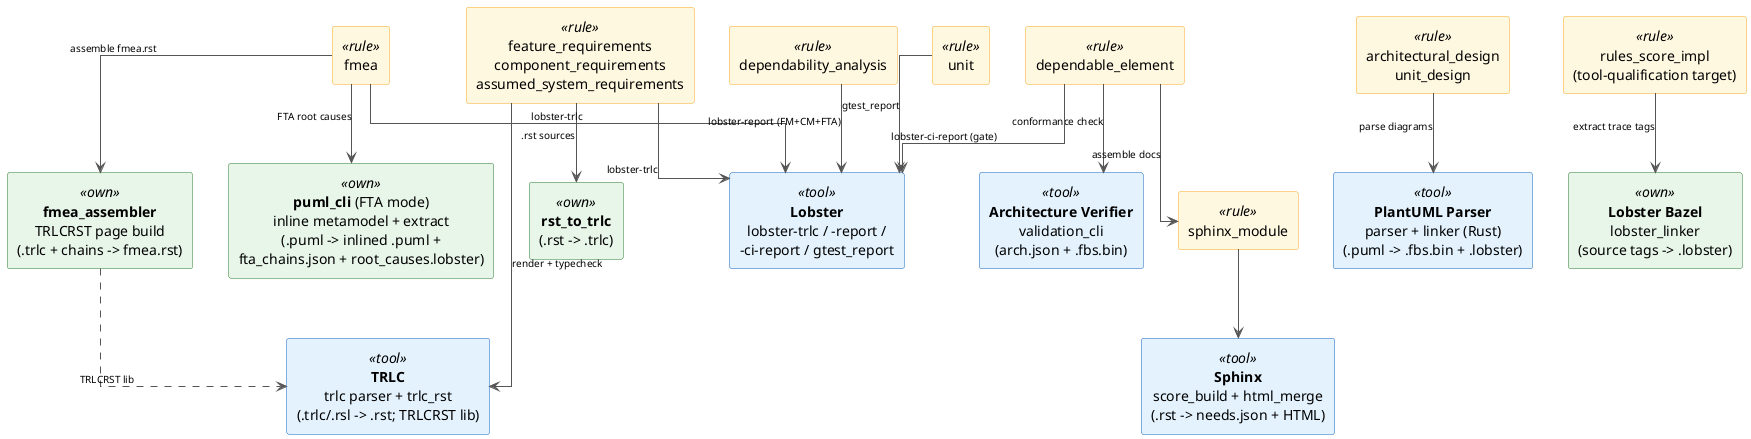
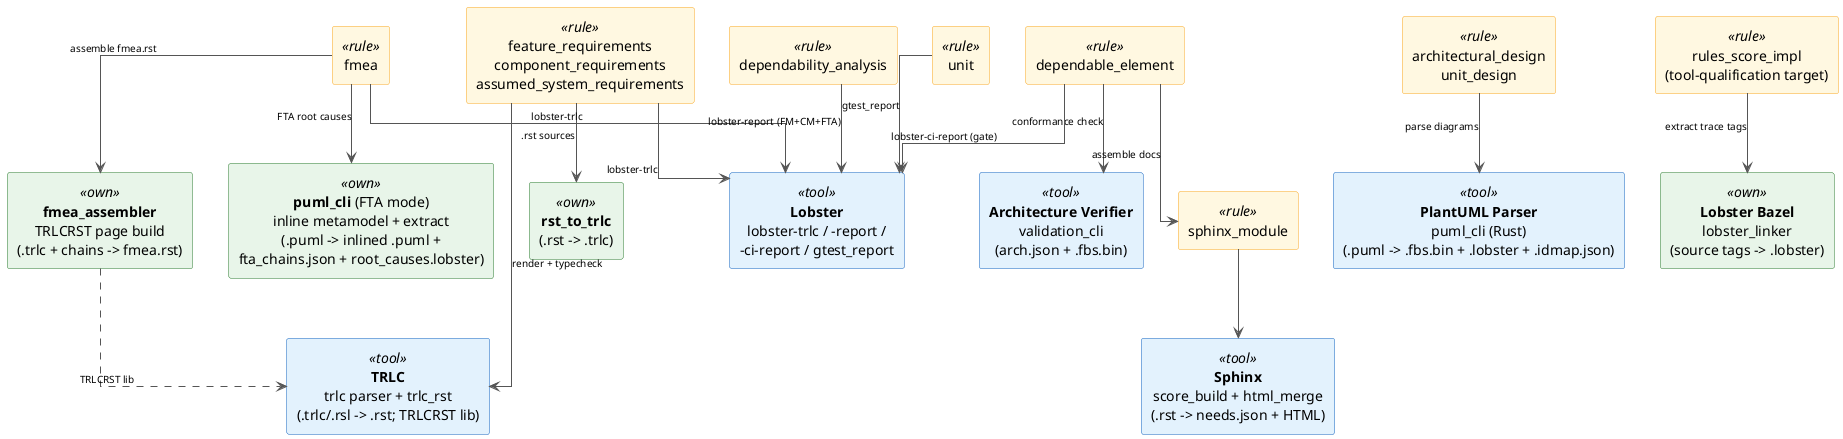
' *******************************************************************************
' Copyright (c) 2026 Contributors to the Eclipse Foundation
'
' See the NOTICE file(s) distributed with this work for additional
' information regarding copyright ownership.
'
' This program and the accompanying materials are made available under the
' terms of the Apache License Version 2.0 which is available at
' https://www.apache.org/licenses/LICENSE-2.0
'
' SPDX-License-Identifier: Apache-2.0
' *******************************************************************************

@startuml tooling_chain

' Which external tool each Bazel rule/macro invokes during the build.
' Left column: rules_score rules (Starlark).  Right column: the tools they drive.

skinparam linetype ortho
skinparam ArrowFontSize 10
skinparam ArrowColor #555555
skinparam defaultTextAlignment center

skinparam rectangle {
    BackgroundColor<<rule>> #FFF8E1
    BorderColor<<rule>> #F9A825
    BackgroundColor<<tool>> #E3F2FD
    BorderColor<<tool>> #1565C0
    BackgroundColor<<own>> #E8F5E9
    BorderColor<<own>> #2E7D32
}

' ── Rules (Starlark macros) ───────────────────────────────────────────────────
rectangle "feature_requirements\ncomponent_requirements\nassumed_system_requirements" <<rule>> as req
rectangle "architectural_design\nunit_design" <<rule>> as arch
rectangle "fmea" <<rule>> as fmea
rectangle "unit" <<rule>> as unit
rectangle "dependability_analysis" <<rule>> as da
rectangle "dependable_element" <<rule>> as de
rectangle "sphinx_module" <<rule>> as sphinx

' ── Tools ─────────────────────────────────────────────────────────────────────
rectangle "**TRLC**\ntrlc parser + trlc_rst\n(.trlc/.rsl -> .rst; TRLCRST lib)" <<tool>> as trlc
rectangle "**rst_to_trlc**\n(.rst -> .trlc)" <<own>> as r2t
- rectangle "**PlantUML Parser**\nparser + linker (Rust)\n(.puml -> .fbs.bin + .lobster)" <<tool>> as puml
+ rectangle "**PlantUML Parser**\npuml_cli (Rust)\n(.puml -> .fbs.bin + .lobster + .idmap.json)" <<tool>> as puml
rectangle "**puml_cli** (FTA mode)\ninline metamodel + extract\n(.puml -> inlined .puml +\nfta_chains.json + root_causes.lobster)" <<own>> as fta
rectangle "**fmea_assembler**\nTRLCRST page build\n(.trlc + chains -> fmea.rst)" <<own>> as asm
rectangle "**Lobster**\nlobster-trlc / -report /\n-ci-report / gtest_report" <<tool>> as lob
rectangle "**Architecture Verifier**\nvalidation_cli\n(arch.json + .fbs.bin)" <<tool>> as verifier
rectangle "**Sphinx**\nscore_build + html_merge\n(.rst -> needs.json + HTML)" <<tool>> as docs

' ── Tool-qualification branch (traces tool requirements to source) ────────────
rectangle "rules_score_impl\n(tool-qualification target)" <<rule>> as impl
rectangle "**Lobster Bazel**\nlobster_linker\n(source tags -> .lobster)" <<own>> as lobbz

req --> r2t   : .rst sources
req --> trlc  : render + typecheck
req --> lob   : lobster-trlc

arch --> puml : parse diagrams
fmea --> fta  : FTA root causes
fmea --> asm  : assemble fmea.rst
asm  ..> trlc : TRLCRST lib
fmea --> lob  : lobster-trlc
unit --> lob  : gtest_report

da  --> lob   : lobster-report (FM+CM+FTA)
de  --> verifier : conformance check
de  --> lob   : lobster-ci-report (gate)
de  --> sphinx : assemble docs
sphinx --> docs

impl --> lobbz : extract trace tags

@enduml
